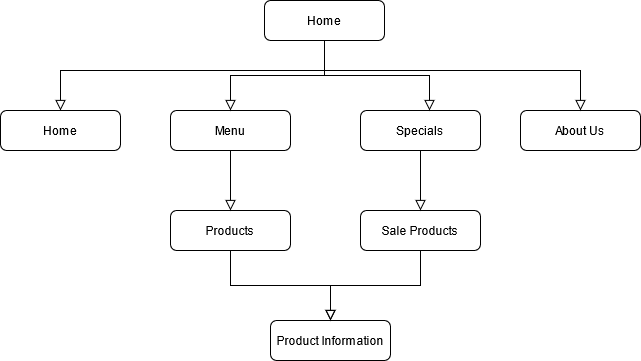
The draw.io diagram images/plan.png in Towa-sama/assignment-2-full-website, before a commit. Source tidied: cells renumbered, new cells last; positions are measured from the earlier drawing's top-left corner, leaving out a move shared by most shapes.
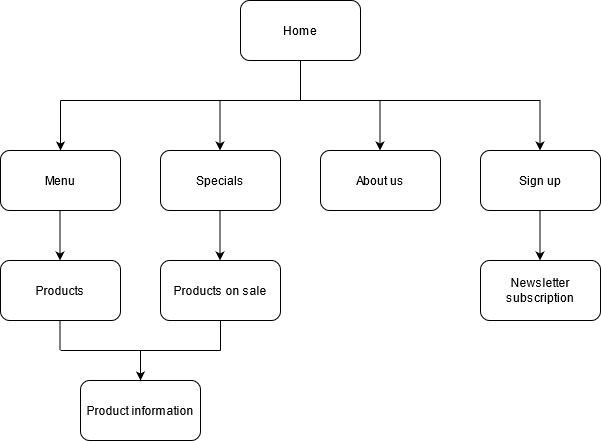
After the change.

The edit, as a diff of the source:
```diff
@@ -1,60 +1,109 @@
 <mxGraphModel>
   <root>
-    <mxCell id="0" />
-    <mxCell id="1" parent="0" />
-    <mxCell id="2" style="rounded=0;html=1;jettySize=auto;fontSize=11;endArrow=block;endFill=0;endSize=8;strokeWidth=1;shadow=0;labelBackgroundColor=none;edgeStyle=orthogonalEdgeStyle;entryX=0.5;entryY=0;entryDx=0;entryDy=0;" parent="1" edge="1" target="6">
-      <mxGeometry relative="1" as="geometry">
-        <mxPoint x="324" y="70" as="sourcePoint" />
-      </mxGeometry>
-    </mxCell>
-    <mxCell id="3" value="Home" style="rounded=1;whiteSpace=wrap;html=1;fontSize=12;glass=0;strokeWidth=1;shadow=0;" parent="1" vertex="1">
-      <mxGeometry x="264" width="120" height="40" as="geometry" />
-    </mxCell>
+    <mxCell id="18" />
+    <mxCell id="19" parent="18" />
+    <mxCell id="20" value="Home" style="rounded=1;whiteSpace=wrap;html=1;" parent="19" vertex="1">
+      <mxGeometry x="280" y="70" width="120" height="60" as="geometry" />
+    </mxCell>
+    <mxCell id="21" value="About us" style="rounded=1;whiteSpace=wrap;html=1;" parent="19" vertex="1">
+      <mxGeometry x="360" y="220" width="120" height="60" as="geometry" />
+    </mxCell>
+    <mxCell id="5" value="Specials" style="rounded=1;whiteSpace=wrap;html=1;" parent="19" vertex="1">
+      <mxGeometry x="200" y="220" width="120" height="60" as="geometry" />
+    </mxCell>
-    <mxCell id="4" value="Menu" style="rounded=1;whiteSpace=wrap;html=1;fontSize=12;glass=0;strokeWidth=1;shadow=0;" parent="1" vertex="1">
-      <mxGeometry x="170" y="110" width="120" height="40" as="geometry" />
+    <mxCell id="4" value="Menu" style="rounded=1;whiteSpace=wrap;html=1;" parent="19" vertex="1">
+      <mxGeometry x="40" y="220" width="120" height="60" as="geometry" />
     </mxCell>
-    <mxCell id="5" value="Specials" style="rounded=1;whiteSpace=wrap;html=1;fontSize=12;glass=0;strokeWidth=1;shadow=0;" parent="1" vertex="1">
-      <mxGeometry x="360" y="110" width="120" height="40" as="geometry" />
-    </mxCell>
-    <mxCell id="6" value="Home" style="rounded=1;whiteSpace=wrap;html=1;fontSize=12;glass=0;strokeWidth=1;shadow=0;" parent="1" vertex="1">
-      <mxGeometry y="110" width="120" height="40" as="geometry" />
-    </mxCell>
-    <mxCell id="7" value="About Us" style="rounded=1;whiteSpace=wrap;html=1;fontSize=12;glass=0;strokeWidth=1;shadow=0;" parent="1" vertex="1">
-      <mxGeometry x="520" y="110" width="120" height="40" as="geometry" />
-    </mxCell>
-    <mxCell id="8" style="rounded=0;html=1;jettySize=auto;fontSize=11;endArrow=block;endFill=0;endSize=8;strokeWidth=1;shadow=0;labelBackgroundColor=none;edgeStyle=orthogonalEdgeStyle;entryX=0.5;entryY=0;entryDx=0;entryDy=0;exitX=0.5;exitY=1;exitDx=0;exitDy=0;" parent="1" edge="1" source="3" target="4">
-      <mxGeometry relative="1" as="geometry" />
-    </mxCell>
-    <mxCell id="9" style="rounded=0;html=1;jettySize=auto;fontSize=11;endArrow=block;endFill=0;endSize=8;strokeWidth=1;shadow=0;labelBackgroundColor=none;edgeStyle=orthogonalEdgeStyle;entryX=0.575;entryY=0;entryDx=0;entryDy=0;entryPerimeter=0;exitX=0.5;exitY=1;exitDx=0;exitDy=0;" parent="1" edge="1" source="3" target="5">
-      <mxGeometry relative="1" as="geometry" />
-    </mxCell>
-    <mxCell id="10" style="rounded=0;html=1;jettySize=auto;fontSize=11;endArrow=block;endFill=0;endSize=8;strokeWidth=1;shadow=0;labelBackgroundColor=none;edgeStyle=orthogonalEdgeStyle;entryX=0.5;entryY=0;entryDx=0;entryDy=0;" parent="1" edge="1" target="7">
-      <mxGeometry relative="1" as="geometry">
-        <mxPoint x="320" y="70" as="sourcePoint" />
-      </mxGeometry>
-    </mxCell>
+    <mxCell id="22" value="Sign up" style="rounded=1;whiteSpace=wrap;html=1;" parent="19" vertex="1">
+      <mxGeometry x="520" y="220" width="120" height="60" as="geometry" />
+    </mxCell>
+    <mxCell id="23" style="endArrow=none;html=1;entryX=0.5;entryY=1;entryDx=0;entryDy=0;" parent="19" edge="1" target="20">
+      <mxGeometry relative="1" as="geometry">
+        <mxPoint x="340" y="170" as="sourcePoint" />
+      </mxGeometry>
+    </mxCell>
+    <mxCell id="24" style="endArrow=none;html=1;" parent="19" edge="1">
+      <mxGeometry relative="1" as="geometry">
+        <mxPoint x="580" y="170" as="sourcePoint" />
+        <mxPoint x="100" y="170" as="targetPoint" />
+      </mxGeometry>
+    </mxCell>
+    <mxCell id="25" style="endArrow=classic;html=1;" parent="19" edge="1">
+      <mxGeometry relative="1" as="geometry">
+        <mxPoint x="100" y="170" as="sourcePoint" />
+        <mxPoint x="100" y="220" as="targetPoint" />
+      </mxGeometry>
+    </mxCell>
+    <mxCell id="26" style="endArrow=classic;html=1;" parent="19" edge="1">
+      <mxGeometry relative="1" as="geometry">
+        <mxPoint x="259.5" y="170" as="sourcePoint" />
+        <mxPoint x="259.5" y="220" as="targetPoint" />
+      </mxGeometry>
+    </mxCell>
+    <mxCell id="27" style="endArrow=classic;html=1;" parent="19" edge="1">
+      <mxGeometry relative="1" as="geometry">
+        <mxPoint x="419.5" y="170" as="sourcePoint" />
+        <mxPoint x="419.5" y="220" as="targetPoint" />
+      </mxGeometry>
+    </mxCell>
+    <mxCell id="28" style="endArrow=classic;html=1;" parent="19" edge="1">
+      <mxGeometry relative="1" as="geometry">
+        <mxPoint x="579.5" y="170" as="sourcePoint" />
+        <mxPoint x="579.5" y="220" as="targetPoint" />
+      </mxGeometry>
+    </mxCell>
-    <mxCell id="11" value="Products" style="rounded=1;whiteSpace=wrap;html=1;fontSize=12;glass=0;strokeWidth=1;shadow=0;" parent="1" vertex="1">
-      <mxGeometry x="170" y="210" width="120" height="40" as="geometry" />
+    <mxCell id="11" value="Products" style="rounded=1;whiteSpace=wrap;html=1;" parent="19" vertex="1">
+      <mxGeometry x="40" y="330" width="120" height="60" as="geometry" />
     </mxCell>
-    <mxCell id="12" value="Sale Products" style="rounded=1;whiteSpace=wrap;html=1;fontSize=12;glass=0;strokeWidth=1;shadow=0;" parent="1" vertex="1">
-      <mxGeometry x="360" y="210" width="120" height="40" as="geometry" />
-    </mxCell>
-    <mxCell id="13" style="rounded=0;html=1;jettySize=auto;fontSize=11;endArrow=block;endFill=0;endSize=8;strokeWidth=1;shadow=0;labelBackgroundColor=none;edgeStyle=orthogonalEdgeStyle;entryX=0.5;entryY=0;entryDx=0;entryDy=0;exitX=0.5;exitY=1;exitDx=0;exitDy=0;" parent="1" edge="1" source="4" target="11">
-      <mxGeometry relative="1" as="geometry" />
-    </mxCell>
-    <mxCell id="14" style="rounded=0;html=1;jettySize=auto;fontSize=11;endArrow=block;endFill=0;endSize=8;strokeWidth=1;shadow=0;labelBackgroundColor=none;edgeStyle=orthogonalEdgeStyle;entryX=0.5;entryY=0;entryDx=0;entryDy=0;exitX=0.5;exitY=1;exitDx=0;exitDy=0;" parent="1" edge="1" source="5" target="12">
-      <mxGeometry relative="1" as="geometry" />
-    </mxCell>
-    <mxCell id="15" value="Product Information" style="rounded=1;whiteSpace=wrap;html=1;fontSize=12;glass=0;strokeWidth=1;shadow=0;" parent="1" vertex="1">
-      <mxGeometry x="270" y="320" width="120" height="40" as="geometry" />
-    </mxCell>
-    <mxCell id="16" style="rounded=0;html=1;jettySize=auto;fontSize=11;endArrow=block;endFill=0;endSize=8;strokeWidth=1;shadow=0;labelBackgroundColor=none;edgeStyle=orthogonalEdgeStyle;exitX=0.5;exitY=1;exitDx=0;exitDy=0;" parent="1" edge="1" source="12">
-      <mxGeometry relative="1" as="geometry">
-        <mxPoint x="330" y="320" as="targetPoint" />
-      </mxGeometry>
-    </mxCell>
-    <mxCell id="17" style="rounded=0;html=1;jettySize=auto;fontSize=11;endArrow=block;endFill=0;endSize=8;strokeWidth=1;shadow=0;labelBackgroundColor=none;edgeStyle=orthogonalEdgeStyle;entryX=0.5;entryY=0;entryDx=0;entryDy=0;exitX=0.5;exitY=1;exitDx=0;exitDy=0;" parent="1" edge="1" source="11" target="15">
-      <mxGeometry relative="1" as="geometry" />
-    </mxCell>
+    <mxCell id="29" value="Products on sale" style="rounded=1;whiteSpace=wrap;html=1;" parent="19" vertex="1">
+      <mxGeometry x="200" y="330" width="120" height="60" as="geometry" />
+    </mxCell>
+    <mxCell id="30" value="Newsletter subscription" style="rounded=1;whiteSpace=wrap;html=1;" parent="19" vertex="1">
+      <mxGeometry x="520" y="330" width="120" height="60" as="geometry" />
+    </mxCell>
+    <mxCell id="31" value="Product information" style="rounded=1;whiteSpace=wrap;html=1;" parent="19" vertex="1">
+      <mxGeometry x="120" y="450" width="120" height="60" as="geometry" />
+    </mxCell>
+    <mxCell id="32" style="endArrow=classic;html=1;" parent="19" edge="1">
+      <mxGeometry relative="1" as="geometry">
+        <mxPoint x="259.5" y="280" as="sourcePoint" />
+        <mxPoint x="259.5" y="330" as="targetPoint" />
+      </mxGeometry>
+    </mxCell>
+    <mxCell id="33" style="endArrow=classic;html=1;" parent="19" edge="1">
+      <mxGeometry relative="1" as="geometry">
+        <mxPoint x="99.5" y="280" as="sourcePoint" />
+        <mxPoint x="99.5" y="330" as="targetPoint" />
+      </mxGeometry>
+    </mxCell>
+    <mxCell id="34" style="endArrow=classic;html=1;" parent="19" edge="1">
+      <mxGeometry relative="1" as="geometry">
+        <mxPoint x="579.5" y="280" as="sourcePoint" />
+        <mxPoint x="579.5" y="330" as="targetPoint" />
+      </mxGeometry>
+    </mxCell>
+    <mxCell id="35" style="endArrow=none;html=1;entryX=0.5;entryY=1;entryDx=0;entryDy=0;" parent="19" edge="1" target="29">
+      <mxGeometry relative="1" as="geometry">
+        <mxPoint x="260" y="420" as="sourcePoint" />
+      </mxGeometry>
+    </mxCell>
+    <mxCell id="36" style="endArrow=none;html=1;entryX=0.5;entryY=1;entryDx=0;entryDy=0;" parent="19" edge="1">
+      <mxGeometry relative="1" as="geometry">
+        <mxPoint x="99.5" y="420" as="sourcePoint" />
+        <mxPoint x="99.5" y="390" as="targetPoint" />
+      </mxGeometry>
+    </mxCell>
+    <mxCell id="37" style="endArrow=none;html=1;" parent="19" edge="1">
+      <mxGeometry relative="1" as="geometry">
+        <mxPoint x="100" y="420" as="sourcePoint" />
+        <mxPoint x="260" y="420" as="targetPoint" />
+      </mxGeometry>
+    </mxCell>
+    <mxCell id="38" style="endArrow=classic;html=1;" parent="19" edge="1">
+      <mxGeometry relative="1" as="geometry">
+        <mxPoint x="180" y="420" as="sourcePoint" />
+        <mxPoint x="180" y="450" as="targetPoint" />
+      </mxGeometry>
+    </mxCell>
   </root>
 </mxGraphModel>
```
